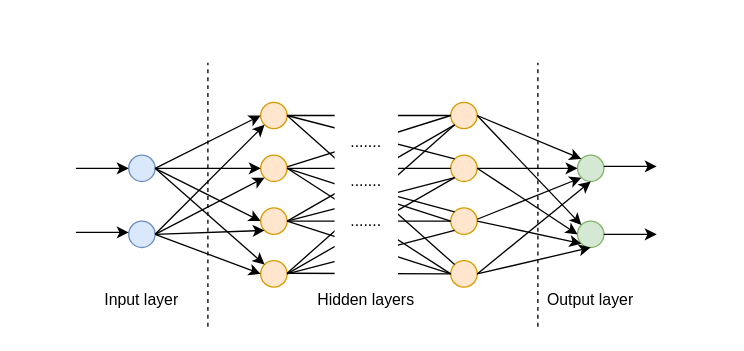
Before: ann.drawio in nimeng95/monika, a draw.io diagram. Source tidied: cells renumbered, new cells numbered last; positions are measured from the earlier drawing's top-left corner, leaving out a move shared by most shapes. Both pictures are drawn from the tidied source at 132%, with x=0, y=0 at pixel (75, 62).
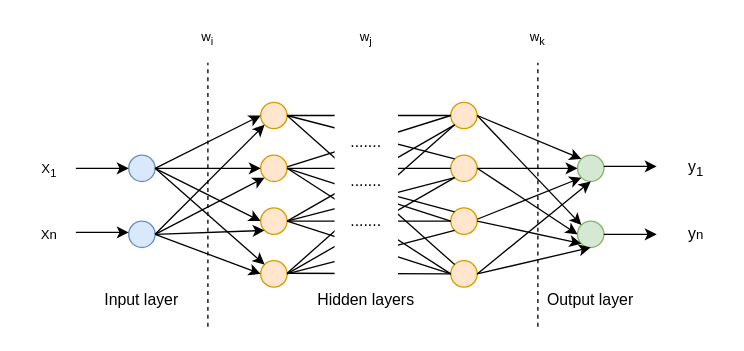
The same diagram, later.

Diff of the diagram source:
```diff
@@
+    <mxCell id="59" value="&lt;font style=&quot;font-size: 10px&quot;&gt;X&lt;sub&gt;1&lt;/sub&gt;&lt;/font&gt;" style="text;html=1;strokeColor=none;fillColor=none;align=center;verticalAlign=middle;whiteSpace=wrap;rounded=0;" parent="1" vertex="1">
+      <mxGeometry x="-40" y="70" width="40" height="20" as="geometry" />
+    </mxCell>
+    <mxCell id="60" value="&lt;font style=&quot;font-size: 10px&quot;&gt;Xn&lt;/font&gt;" style="text;html=1;strokeColor=none;fillColor=none;align=center;verticalAlign=middle;whiteSpace=wrap;rounded=0;" parent="1" vertex="1">
+      <mxGeometry x="-40" y="120" width="40" height="20" as="geometry" />
+    </mxCell>
+    <mxCell id="61" value="&lt;font style=&quot;font-size: 10px&quot;&gt;w&lt;sub&gt;i&lt;/sub&gt;&lt;/font&gt;" style="text;html=1;strokeColor=none;fillColor=none;align=center;verticalAlign=middle;whiteSpace=wrap;rounded=0;" parent="1" vertex="1">
+      <mxGeometry x="80" y="-30" width="40" height="20" as="geometry" />
+    </mxCell>
+    <mxCell id="62" value="&lt;font style=&quot;font-size: 10px&quot;&gt;w&lt;sub&gt;k&lt;/sub&gt;&lt;/font&gt;" style="text;html=1;strokeColor=none;fillColor=none;align=center;verticalAlign=middle;whiteSpace=wrap;rounded=0;" parent="1" vertex="1">
+      <mxGeometry x="330" y="-30" width="40" height="20" as="geometry" />
+    </mxCell>
+    <mxCell id="63" value="&lt;font style=&quot;font-size: 10px&quot;&gt;w&lt;sub&gt;j&lt;/sub&gt;&lt;/font&gt;" style="text;html=1;strokeColor=none;fillColor=none;align=center;verticalAlign=middle;whiteSpace=wrap;rounded=0;" parent="1" vertex="1">
+      <mxGeometry x="200" y="-30" width="40" height="20" as="geometry" />
+    </mxCell>
+    <mxCell id="64" value="y&lt;sub&gt;1&lt;/sub&gt;" style="text;html=1;strokeColor=none;fillColor=none;align=center;verticalAlign=middle;whiteSpace=wrap;rounded=0;" parent="1" vertex="1">
+      <mxGeometry x="450" y="70" width="40" height="20" as="geometry" />
+    </mxCell>
+    <mxCell id="65" value="y&lt;font size=&quot;1&quot;&gt;n&lt;/font&gt;" style="text;html=1;strokeColor=none;fillColor=none;align=center;verticalAlign=middle;whiteSpace=wrap;rounded=0;" parent="1" vertex="1">
+      <mxGeometry x="450" y="120" width="40" height="20" as="geometry" />
+    </mxCell>
```
